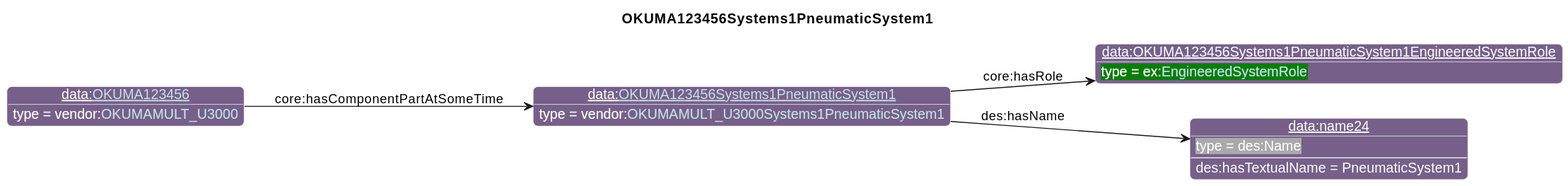
Before: diagrams/OKUMA123456Systems1PneumaticSystem1.svg, a diagram exported from PlantUML (iofoundry/example-syseng-mtconnect). Its diagram source:
```plantuml
@startuml
!include ../iof.iuml

<style>
object {
  HyperlinkColor #C4E1E6
}
</style>

left to right direction
skinparam linetype polyline
title OKUMA123456Systems1PneumaticSystem1

!$default_direction = down

!$namespace_colors = { "bfo":"DFA702",
                      "iof":"1E90FF",
                      "ns":"Green",
                      "ns1":"76608A",
                      "core":"000000",
                      "ex":"Green",
                      "data":"76608A",
                      "vendor":"76608A",
                      "units":"8A2D3B",
                      "cmns-dsg":"3A0519",
                      "qp":"641B2E"
      }
individual(o0, data:[[./OKUMA123456Systems1PneumaticSystem1.html OKUMA123456Systems1PneumaticSystem1]], vendor:[[../OKUMA.html#OKUMAMULT_U3000Systems1PneumaticSystem1 OKUMAMULT_U3000Systems1PneumaticSystem1]])
individual(o1, data:OKUMA123456Systems1PneumaticSystem1EngineeredSystemRole, ex:[[../Example.html#EngineeredSystemRole EngineeredSystemRole]])
individual(o2, data:name24, des:Name)
individual(o3, data:[[./OKUMA123456.html OKUMA123456]], vendor:[[../OKUMA.html#OKUMAMULT_U3000 OKUMAMULT_U3000]])
property(o0, "core:hasRole", o1)
property(o0, "des:hasName", o2)
data(o2, "des:hasTextualName", "PneumaticSystem1")
property(o3, "core:hasComponentPartAtSomeTime", o0)
@enduml
```
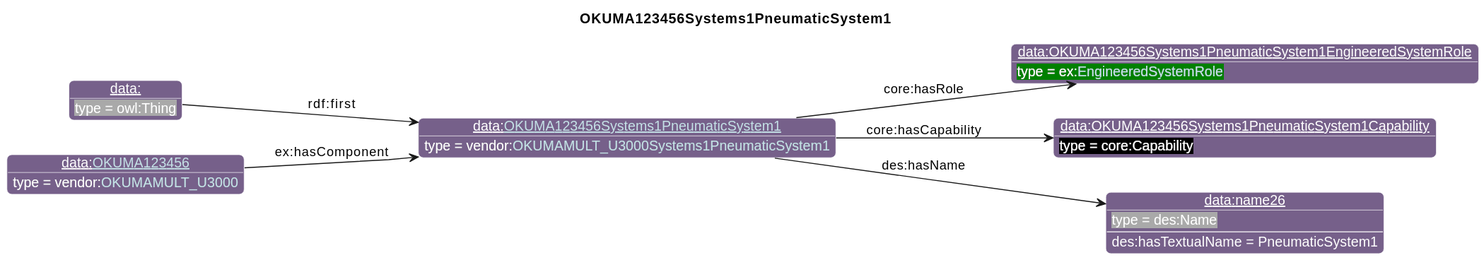
The same file after the commit.

Change to the diagram source:
```diff
@@ -27,10 +27,14 @@
       }
 individual(o0, data:[[./OKUMA123456Systems1PneumaticSystem1.html OKUMA123456Systems1PneumaticSystem1]], vendor:[[../OKUMA.html#OKUMAMULT_U3000Systems1PneumaticSystem1 OKUMAMULT_U3000Systems1PneumaticSystem1]])
 individual(o1, data:OKUMA123456Systems1PneumaticSystem1EngineeredSystemRole, ex:[[../Example.html#EngineeredSystemRole EngineeredSystemRole]])
-individual(o2, data:name24, des:Name)
-individual(o3, data:[[./OKUMA123456.html OKUMA123456]], vendor:[[../OKUMA.html#OKUMAMULT_U3000 OKUMAMULT_U3000]])
+individual(o2, data:OKUMA123456Systems1PneumaticSystem1Capability, core:Capability)
+individual(o3, data:name26, des:Name)
+individual(o4, data:, owl:Thing)
+individual(o5, data:[[./OKUMA123456.html OKUMA123456]], vendor:[[../OKUMA.html#OKUMAMULT_U3000 OKUMAMULT_U3000]])
 property(o0, "core:hasRole", o1)
-property(o0, "des:hasName", o2)
-data(o2, "des:hasTextualName", "PneumaticSystem1")
-property(o3, "core:hasComponentPartAtSomeTime", o0)
+property(o0, "core:hasCapability", o2)
+property(o0, "des:hasName", o3)
+data(o3, "des:hasTextualName", "PneumaticSystem1")
+property(o4, "rdf:first", o0)
+property(o5, "ex:hasComponent", o0)
 @enduml
```
